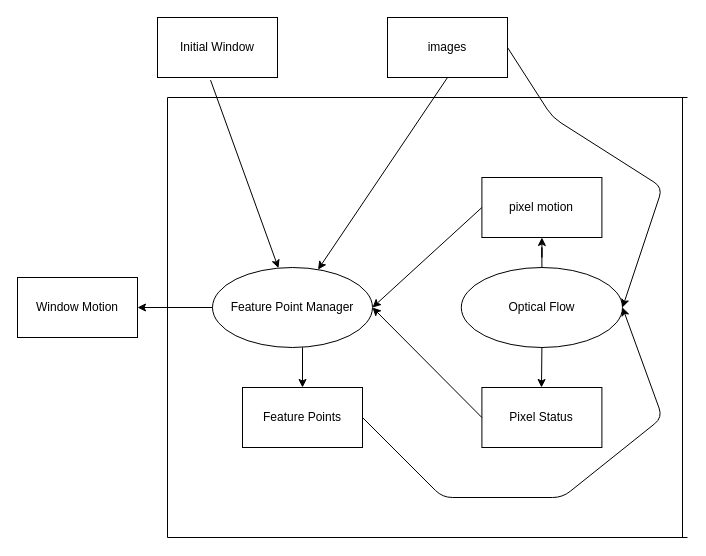
This is ch6_optical_flow/docu/system.drawio from Xin546946/computer_vision_course, a draw.io file, before an edit. Source tidied: cells renumbered, new cells numbered last; positions are measured from the earlier drawing's top-left corner, leaving out a move shared by most shapes. Both pictures are drawn from the tidied source at 100%, with x=0, y=0 at pixel (17, 17).
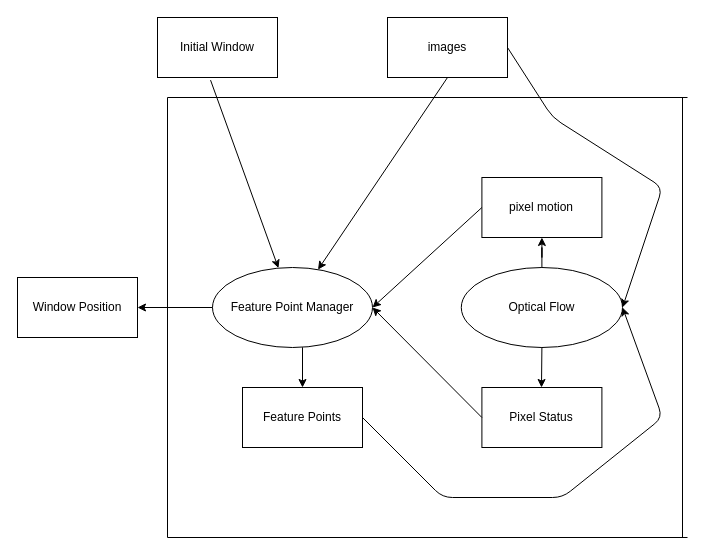
After the change.

Diff of the diagram source:
```diff
@@
-    <mxCell id="16" value="Window Motion" style="rounded=0;whiteSpace=wrap;html=1;" parent="1" vertex="1">
+    <mxCell id="16" value="Window Position" style="rounded=0;whiteSpace=wrap;html=1;" parent="1" vertex="1">
       <mxGeometry y="260" width="120" height="60" as="geometry" />
     </mxCell>
```
